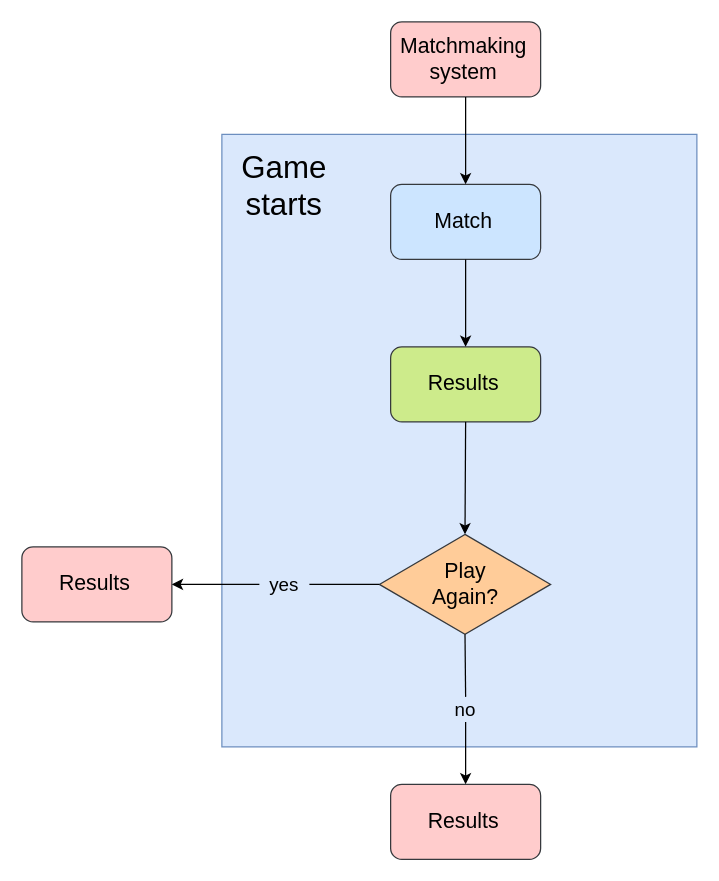
mikymaione/Hypogeum keeps this draw.io diagram as page "Page-3" (3 of 3) of Documentation/Hypogeum_flowchart_general.drawio. Above is the earlier version. Source tidied: cells renumbered, new cells numbered last; positions are measured from the earlier drawing's top-left corner, leaving out a move shared by most shapes. Both pictures are drawn from the tidied source at 125%, with x=0, y=0 at pixel (21, 21).
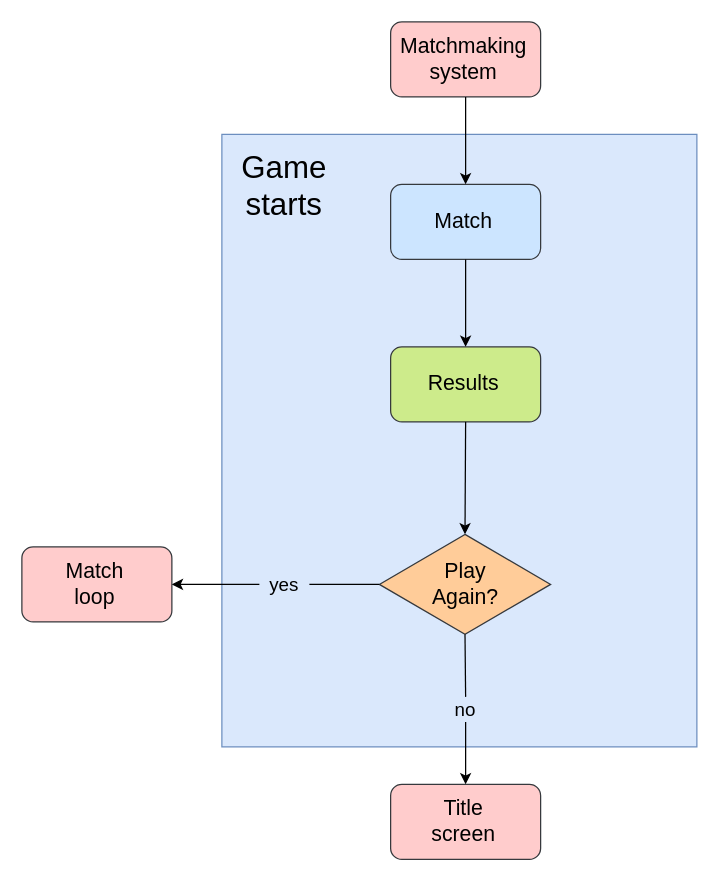
The same diagram, later.

What changed in the source:
```diff
@@
-    <mxCell id="12" value="&lt;font style=&quot;font-size: 17px&quot;&gt;Results&lt;br&gt;&lt;/font&gt;" style="text;html=1;align=center;verticalAlign=middle;whiteSpace=wrap;rounded=0;" parent="1" vertex="1">
+    <mxCell id="12" value="&lt;font style=&quot;font-size: 17px&quot;&gt;Title screen&lt;br&gt;&lt;/font&gt;" style="text;html=1;align=center;verticalAlign=middle;whiteSpace=wrap;rounded=0;" parent="1" vertex="1">
       <mxGeometry x="335" y="630" width="37" height="20" as="geometry" />
     </mxCell>
@@
-    <mxCell id="14" value="&lt;font style=&quot;font-size: 17px&quot;&gt;Results&lt;br&gt;&lt;/font&gt;" style="text;html=1;align=center;verticalAlign=middle;whiteSpace=wrap;rounded=0;" parent="1" vertex="1">
+    <mxCell id="14" value="&lt;font style=&quot;font-size: 17px&quot;&gt;Match loop&lt;br&gt;&lt;/font&gt;" style="text;html=1;align=center;verticalAlign=middle;whiteSpace=wrap;rounded=0;" parent="1" vertex="1">
       <mxGeometry x="40" y="440" width="37" height="20" as="geometry" />
     </mxCell>
```
